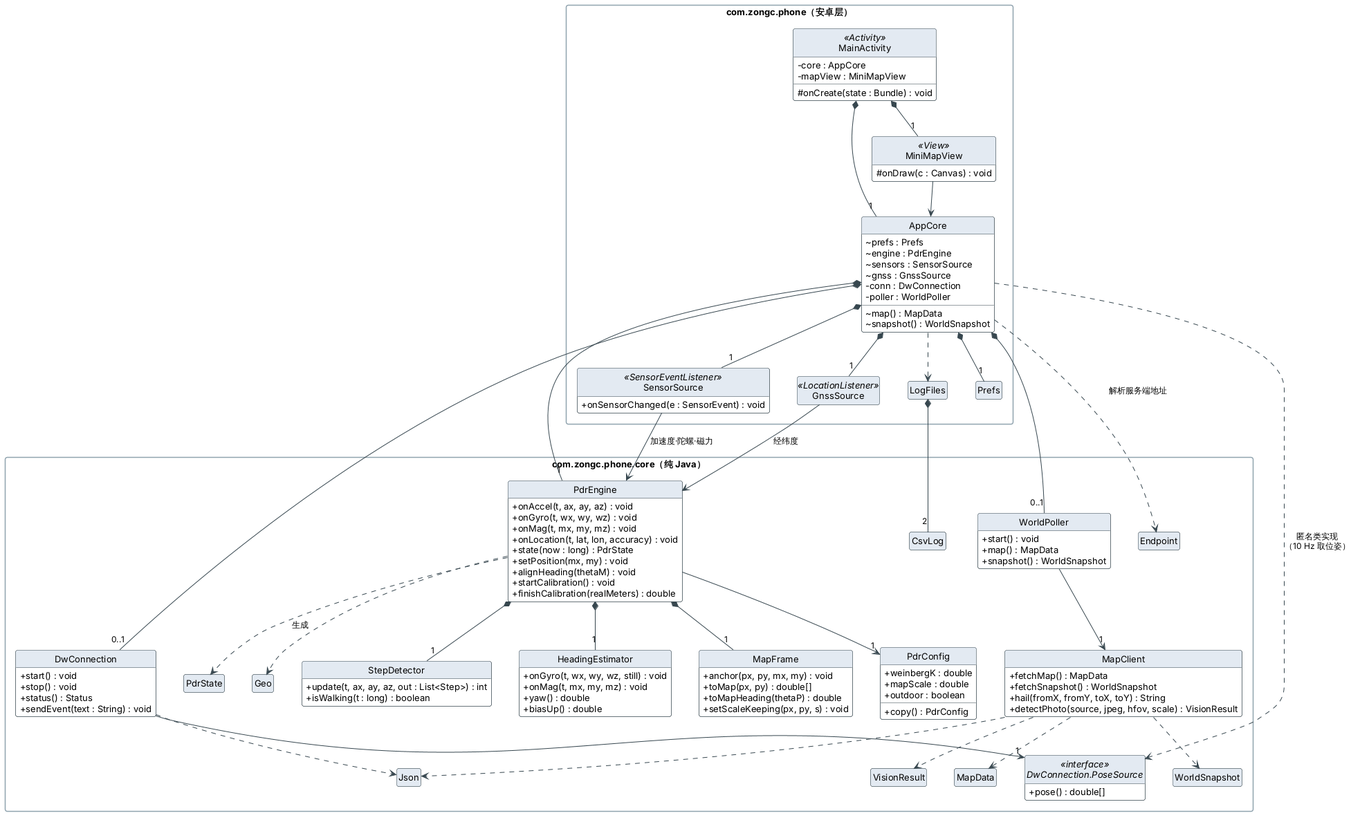
Earlier version of the PlantUML export docs/images/uml/class-phone.png (fuzeliang1/ZongC).
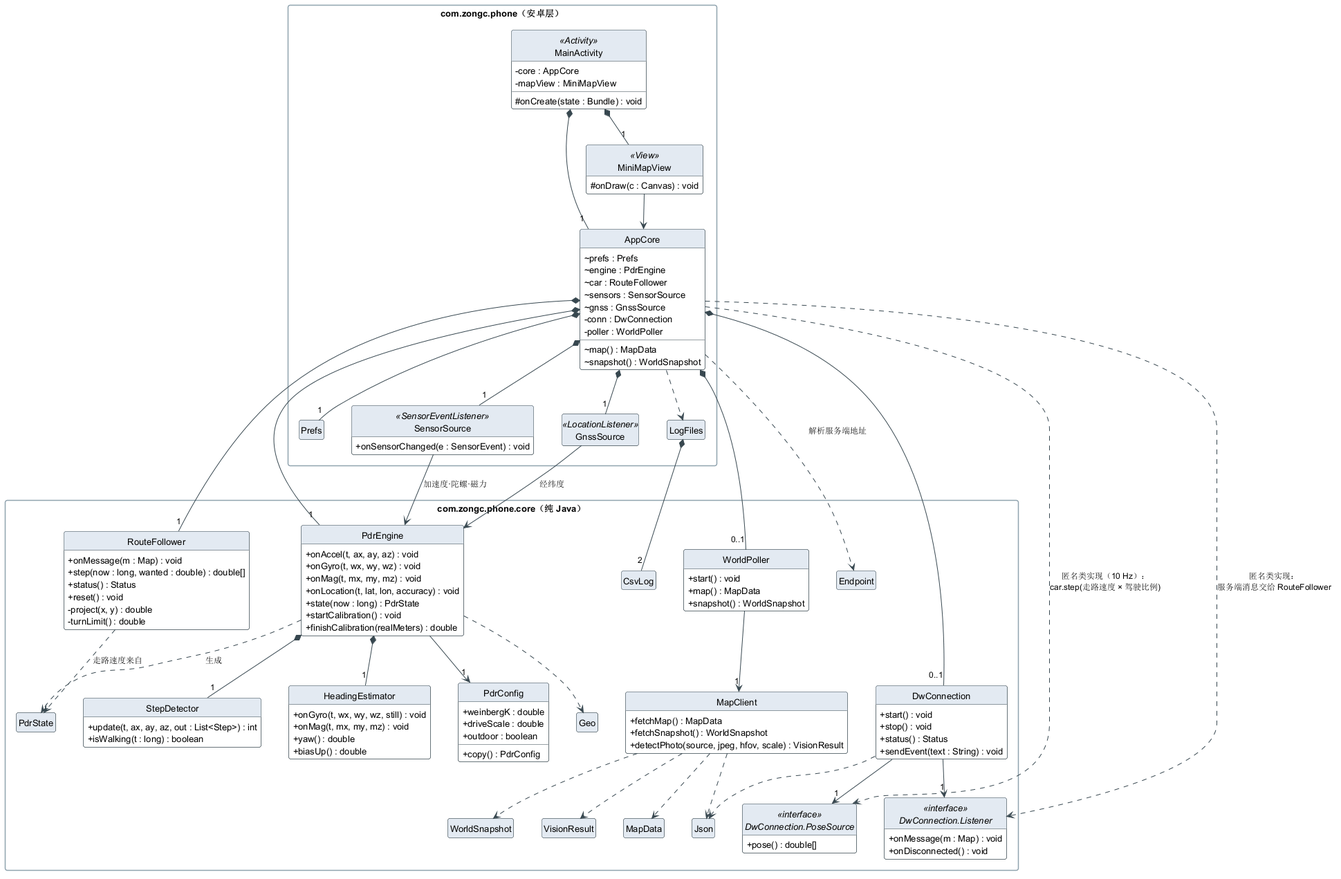
Later version of the same file.

Diff of the diagram source:
```diff
@@ -10,6 +10,7 @@
   class AppCore {
     ~ prefs : Prefs
     ~ engine : PdrEngine
+    ~ car : RouteFollower
     ~ sensors : SensorSource
     ~ gnss : GnssSource
     - conn : DwConnection
@@ -35,8 +36,6 @@
     + onMag(t, mx, my, mz) : void
     + onLocation(t, lat, lon, accuracy) : void
     + state(now : long) : PdrState
-    + setPosition(mx, my) : void
-    + alignHeading(thetaM) : void
     + startCalibration() : void
     + finishCalibration(realMeters) : double
   }
@@ -50,15 +49,17 @@
     + yaw() : double
     + biasUp() : double
   }
-  class MapFrame {
-    + anchor(px, py, mx, my) : void
-    + toMap(px, py) : double[]
-    + toMapHeading(thetaP) : double
-    + setScaleKeeping(px, py, s) : void
+  class RouteFollower {
+    + onMessage(m : Map) : void
+    + step(now : long, wanted : double) : double[]
+    + status() : Status
+    + reset() : void
+    - project(x, y) : double
+    - turnLimit() : double
   }
   class PdrConfig {
     + weinbergK : double
-    + mapScale : double
+    + driveScale : double
     + outdoor : boolean
     + copy() : PdrConfig
   }
@@ -72,10 +73,13 @@
   interface "DwConnection.PoseSource" as PoseSource <<interface>> {
     + pose() : double[]
   }
+  interface "DwConnection.Listener" as Listener <<interface>> {
+    + onMessage(m : Map) : void
+    + onDisconnected() : void
+  }
   class MapClient {
     + fetchMap() : MapData
     + fetchSnapshot() : WorldSnapshot
-    + hail(fromX, fromY, toX, toY) : String
     + detectPhoto(source, jpeg, hfov, scale) : VisionResult
   }
   class WorldPoller {
@@ -96,6 +100,7 @@
 MainActivity *-- "1" MiniMapView
 MiniMapView --> AppCore
 AppCore *-- "1" PdrEngine
+AppCore *-- "1" RouteFollower
 AppCore *-- "1" SensorSource
 AppCore *-- "1" GnssSource
 AppCore *-- "1" Prefs
@@ -106,12 +111,14 @@
 GnssSource --> PdrEngine : 经纬度
 PdrEngine *-- "1" StepDetector
 PdrEngine *-- "1" HeadingEstimator
-PdrEngine *-- "1" MapFrame
 PdrEngine --> "1" PdrConfig
 PdrEngine ..> PdrState : 生成
 PdrEngine ..> Geo
 DwConnection --> "1" PoseSource
-AppCore ..> PoseSource : 匿名类实现\n（10 Hz 取位姿）
+DwConnection --> "1" Listener
+AppCore ..> PoseSource : 匿名类实现（10 Hz）：\ncar.step(走路速度 × 驾驶比例)
+AppCore ..> Listener : 匿名类实现：\n服务端消息交给 RouteFollower
+RouteFollower ..> PdrState : 走路速度来自
 DwConnection ..> Json
 WorldPoller --> "1" MapClient
 MapClient ..> MapData
```
